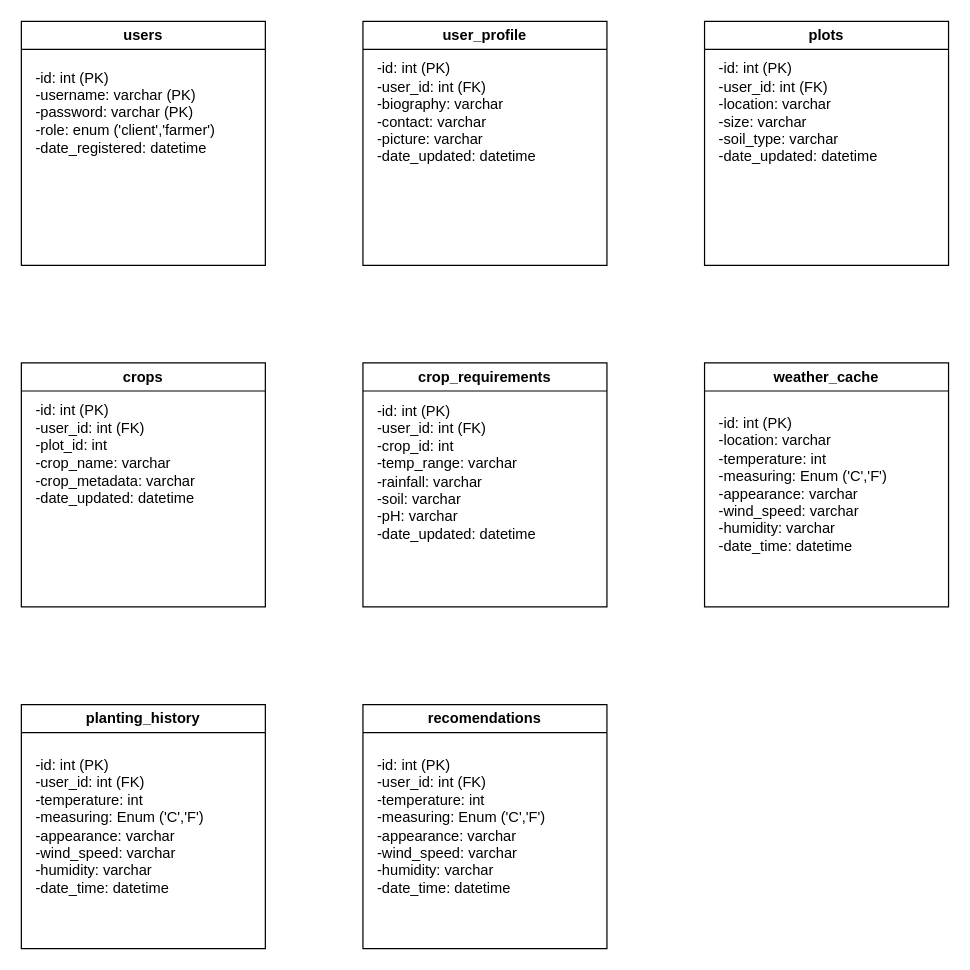
Earlier version of the draw.io diagram models/classdiagram.drawio (V014/farmtime). Source tidied: cells renumbered, new cells numbered last; positions are measured from the earlier drawing's top-left corner, leaving out a move shared by most shapes. Both pictures are drawn from the tidied source at 122%, with x=0, y=0 at pixel (21, 21).
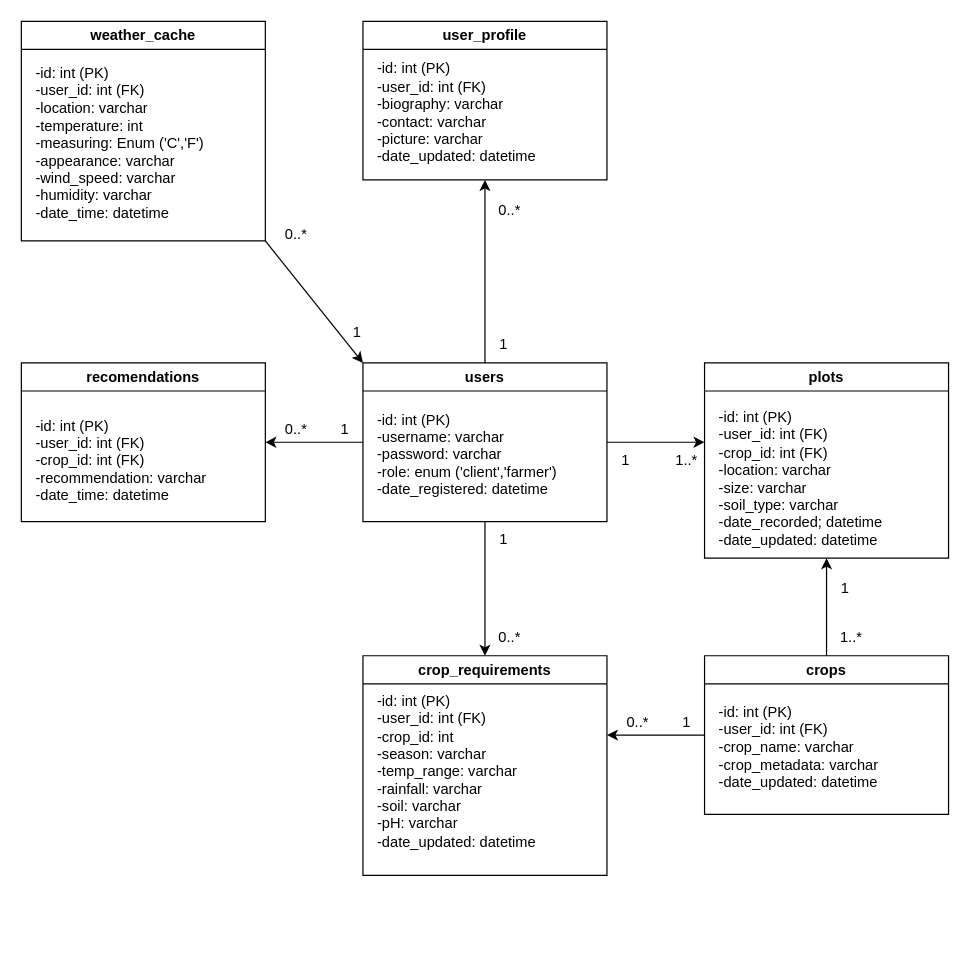
The same diagram, later.

Commit message:
updated model, added multiplicity

Change to the diagram source:
```diff
@@
+    <mxCell id="18" style="edgeStyle=none;html=1;exitX=0;exitY=0.5;exitDx=0;exitDy=0;entryX=1;entryY=0.5;entryDx=0;entryDy=0;" parent="1" edge="1" source="2" target="16">
+      <mxGeometry relative="1" as="geometry" />
+    </mxCell>
+    <mxCell id="19" style="edgeStyle=none;html=1;exitX=1;exitY=0.5;exitDx=0;exitDy=0;" parent="1" edge="1" source="2">
+      <mxGeometry relative="1" as="geometry">
+        <mxPoint x="560" y="345" as="targetPoint" />
+      </mxGeometry>
+    </mxCell>
+    <mxCell id="20" style="edgeStyle=none;html=1;exitX=0.5;exitY=0;exitDx=0;exitDy=0;entryX=0.5;entryY=1;entryDx=0;entryDy=0;" parent="1" edge="1" source="2" target="4">
+      <mxGeometry relative="1" as="geometry" />
+    </mxCell>
+    <mxCell id="21" style="edgeStyle=none;html=1;exitX=0.5;exitY=1;exitDx=0;exitDy=0;entryX=0.5;entryY=0;entryDx=0;entryDy=0;" parent="1" edge="1" source="2" target="10">
+      <mxGeometry relative="1" as="geometry" />
+    </mxCell>
     <mxCell id="2" value="users" style="swimlane;whiteSpace=wrap;html=1;" parent="1" vertex="1">
-      <mxGeometry width="200" height="200" as="geometry" />
+      <mxGeometry x="280" y="280" width="200" height="130" as="geometry" />
     </mxCell>
-    <mxCell id="3" value="-id: int (PK)&lt;div&gt;-username: varchar (PK)&lt;/div&gt;&lt;div&gt;-password: varchar (PK)&lt;/div&gt;&lt;div&gt;-role: enum ('client','farmer')&lt;/div&gt;&lt;div&gt;-date_registered: datetime&lt;/div&gt;" style="text;html=1;align=left;verticalAlign=middle;strokeColor=none;fillColor=none;" parent="2" vertex="1">
+    <mxCell id="3" value="-id: int (PK)&lt;div&gt;-username: varchar&lt;/div&gt;&lt;div&gt;-password: varchar&lt;/div&gt;&lt;div&gt;-role: enum ('client','farmer')&lt;/div&gt;&lt;div&gt;-date_registered: datetime&lt;/div&gt;" style="text;html=1;align=left;verticalAlign=middle;strokeColor=none;fillColor=none;" parent="2" vertex="1">
       <mxGeometry x="10" y="30" width="170" height="90" as="geometry" />
     </mxCell>
     <mxCell id="4" value="user_profile" style="swimlane;whiteSpace=wrap;html=1;" parent="1" vertex="1">
-      <mxGeometry x="280" width="200" height="200" as="geometry" />
+      <mxGeometry x="280" width="200" height="130" as="geometry" />
     </mxCell>
@@
     <mxCell id="6" value="plots" style="swimlane;whiteSpace=wrap;html=1;" parent="1" vertex="1">
-      <mxGeometry x="560" width="200" height="200" as="geometry" />
+      <mxGeometry x="560" y="280" width="200" height="160" as="geometry" />
     </mxCell>
-    <mxCell id="7" value="-id: int (PK)&lt;div&gt;&lt;font color=&quot;#000000&quot;&gt;-user_id: int (FK)&lt;br&gt;&lt;/font&gt;&lt;div&gt;-location: varchar&lt;/div&gt;&lt;div&gt;-size: varchar&lt;/div&gt;&lt;div&gt;-soil_type: varchar&lt;/div&gt;&lt;div&gt;-date_updated: datetime&lt;/div&gt;&lt;/div&gt;" style="text;html=1;align=left;verticalAlign=middle;strokeColor=none;fillColor=none;" parent="6" vertex="1">
-      <mxGeometry x="10" y="25" width="150" height="100" as="geometry" />
+    <mxCell id="7" value="-id: int (PK)&lt;div&gt;&lt;font color=&quot;#000000&quot;&gt;-user_id: int (FK)&lt;/font&gt;&lt;/div&gt;&lt;div&gt;&lt;font color=&quot;#000000&quot;&gt;-crop_id: int (FK)&lt;/font&gt;&lt;/div&gt;&lt;div&gt;&lt;div&gt;-location: varchar&lt;/div&gt;&lt;div&gt;-size: varchar&lt;/div&gt;&lt;div&gt;-soil_type: varchar&lt;/div&gt;&lt;div&gt;-date_recorded; datetime&lt;/div&gt;&lt;div&gt;-date_updated: datetime&lt;/div&gt;&lt;/div&gt;" style="text;html=1;align=left;verticalAlign=middle;strokeColor=none;fillColor=none;" parent="6" vertex="1">
+      <mxGeometry x="10" y="30" width="160" height="130" as="geometry" />
     </mxCell>
+    <mxCell id="22" style="edgeStyle=none;html=1;exitX=0.5;exitY=0;exitDx=0;exitDy=0;entryX=0.5;entryY=1;entryDx=0;entryDy=0;" parent="1" edge="1" source="8" target="6">
+      <mxGeometry relative="1" as="geometry" />
+    </mxCell>
+    <mxCell id="23" style="edgeStyle=none;html=1;exitX=0;exitY=0.5;exitDx=0;exitDy=0;" parent="1" edge="1" source="8">
+      <mxGeometry relative="1" as="geometry">
+        <mxPoint x="480" y="585" as="targetPoint" />
+      </mxGeometry>
+    </mxCell>
     <mxCell id="8" value="crops" style="swimlane;whiteSpace=wrap;html=1;" parent="1" vertex="1">
-      <mxGeometry y="280" width="200" height="200" as="geometry" />
+      <mxGeometry x="560" y="520" width="200" height="130" as="geometry" />
     </mxCell>
-    <mxCell id="9" value="-id: int (PK)&lt;div&gt;&lt;font color=&quot;#000000&quot;&gt;-user_id: int (FK)&lt;br&gt;&lt;/font&gt;&lt;div&gt;-plot_id: int&lt;/div&gt;&lt;div&gt;-crop_name: varchar&lt;/div&gt;&lt;div&gt;-crop_metadata: varchar&lt;/div&gt;&lt;div&gt;-date_updated: datetime&lt;/div&gt;&lt;/div&gt;" style="text;html=1;align=left;verticalAlign=middle;strokeColor=none;fillColor=none;" parent="8" vertex="1">
-      <mxGeometry x="10" y="25" width="150" height="100" as="geometry" />
+    <mxCell id="9" value="-id: int (PK)&lt;div&gt;&lt;font color=&quot;#000000&quot;&gt;-user_id: int (FK)&lt;/font&gt;&lt;/div&gt;&lt;div&gt;&lt;div&gt;-crop_name: varchar&lt;/div&gt;&lt;div&gt;-crop_metadata: varchar&lt;/div&gt;&lt;div&gt;-date_updated: datetime&lt;/div&gt;&lt;/div&gt;" style="text;html=1;align=left;verticalAlign=middle;strokeColor=none;fillColor=none;" parent="8" vertex="1">
+      <mxGeometry x="10" y="30" width="150" height="90" as="geometry" />
     </mxCell>
     <mxCell id="10" value="crop_requirements" style="swimlane;whiteSpace=wrap;html=1;" parent="1" vertex="1">
-      <mxGeometry x="280" y="280" width="200" height="200" as="geometry" />
+      <mxGeometry x="280" y="520" width="200" height="180" as="geometry" />
     </mxCell>
-    <mxCell id="11" value="-id: int (PK)&lt;div&gt;&lt;font color=&quot;#000000&quot;&gt;-user_id: int (FK)&lt;/font&gt;&lt;div&gt;-crop_id: int&lt;/div&gt;&lt;div&gt;-temp_range: varchar&lt;/div&gt;&lt;div&gt;-rainfall: varchar&lt;/div&gt;&lt;div&gt;-soil: varchar&lt;/div&gt;&lt;div&gt;-pH: varchar&lt;/div&gt;&lt;div&gt;-date_updated: datetime&lt;/div&gt;&lt;/div&gt;" style="text;html=1;align=left;verticalAlign=middle;strokeColor=none;fillColor=none;" parent="10" vertex="1">
-      <mxGeometry x="10" y="25" width="150" height="130" as="geometry" />
+    <mxCell id="11" value="-id: int (PK)&lt;div&gt;&lt;font color=&quot;#000000&quot;&gt;-user_id: int (FK)&lt;/font&gt;&lt;div&gt;-crop_id: int&lt;/div&gt;&lt;div&gt;-season: varchar&lt;/div&gt;&lt;div&gt;-temp_range: varchar&lt;/div&gt;&lt;div&gt;-rainfall: varchar&lt;/div&gt;&lt;div&gt;-soil: varchar&lt;/div&gt;&lt;div&gt;-pH: varchar&lt;/div&gt;&lt;div&gt;-date_updated: datetime&lt;/div&gt;&lt;/div&gt;" style="text;html=1;align=left;verticalAlign=middle;strokeColor=none;fillColor=none;" parent="10" vertex="1">
+      <mxGeometry x="10" y="25" width="150" height="140" as="geometry" />
     </mxCell>
+    <mxCell id="24" style="edgeStyle=none;html=1;exitX=1;exitY=1;exitDx=0;exitDy=0;entryX=0;entryY=0;entryDx=0;entryDy=0;" parent="1" edge="1" source="12" target="2">
+      <mxGeometry relative="1" as="geometry" />
+    </mxCell>
     <mxCell id="12" value="weather_cache" style="swimlane;whiteSpace=wrap;html=1;" parent="1" vertex="1">
-      <mxGeometry x="560" y="280" width="200" height="200" as="geometry" />
+      <mxGeometry width="200" height="180" as="geometry" />
     </mxCell>
-    <mxCell id="13" value="-id: int (PK)&lt;div&gt;&lt;font color=&quot;#000000&quot;&gt;-location: varchar&lt;/font&gt;&lt;div&gt;-temperature: int&lt;/div&gt;&lt;div&gt;-measuring: Enum ('C','F')&lt;/div&gt;&lt;div&gt;-appearance: varchar&lt;/div&gt;&lt;div&gt;-wind_speed: varchar&lt;/div&gt;&lt;div&gt;-humidity: varchar&lt;/div&gt;&lt;div&gt;-date_time: datetime&lt;/div&gt;&lt;/div&gt;" style="text;html=1;align=left;verticalAlign=middle;strokeColor=none;fillColor=none;" parent="12" vertex="1">
-      <mxGeometry x="10" y="35" width="160" height="130" as="geometry" />
+    <mxCell id="13" value="-id: int (PK)&lt;div&gt;&lt;font color=&quot;#000000&quot;&gt;-user_id: int (FK)&lt;br&gt;&lt;/font&gt;&lt;div&gt;&lt;font color=&quot;#000000&quot;&gt;-location: varchar&lt;/font&gt;&lt;div&gt;-temperature: int&lt;/div&gt;&lt;div&gt;-measuring: Enum ('C','F')&lt;/div&gt;&lt;div&gt;-appearance: varchar&lt;/div&gt;&lt;div&gt;-wind_speed: varchar&lt;/div&gt;&lt;div&gt;-humidity: varchar&lt;/div&gt;&lt;div&gt;-date_time: datetime&lt;/div&gt;&lt;/div&gt;&lt;/div&gt;" style="text;html=1;align=left;verticalAlign=middle;strokeColor=none;fillColor=none;" parent="12" vertex="1">
+      <mxGeometry x="10" y="30" width="160" height="140" as="geometry" />
     </mxCell>
-    <mxCell id="14" value="planting_history" style="swimlane;whiteSpace=wrap;html=1;" parent="1" vertex="1">
-      <mxGeometry y="560" width="200" height="200" as="geometry" />
-    </mxCell>
-    <mxCell id="15" value="-id: int (PK)&lt;div&gt;&lt;font color=&quot;#000000&quot;&gt;-user_id: int (FK)&lt;/font&gt;&lt;div&gt;-temperature: int&lt;/div&gt;&lt;div&gt;-measuring: Enum ('C','F')&lt;/div&gt;&lt;div&gt;-appearance: varchar&lt;/div&gt;&lt;div&gt;-wind_speed: varchar&lt;/div&gt;&lt;div&gt;-humidity: varchar&lt;/div&gt;&lt;div&gt;-date_time: datetime&lt;/div&gt;&lt;/div&gt;" style="text;html=1;align=left;verticalAlign=middle;strokeColor=none;fillColor=none;" parent="14" vertex="1">
-      <mxGeometry x="10" y="35" width="160" height="130" as="geometry" />
-    </mxCell>
     <mxCell id="16" value="recomendations" style="swimlane;whiteSpace=wrap;html=1;startSize=23;" parent="1" vertex="1">
-      <mxGeometry x="280" y="560" width="200" height="200" as="geometry" />
+      <mxGeometry y="280" width="200" height="130" as="geometry" />
     </mxCell>
-    <mxCell id="17" value="-id: int (PK)&lt;div&gt;&lt;font color=&quot;#000000&quot;&gt;-user_id: int (FK)&lt;/font&gt;&lt;div&gt;-temperature: int&lt;/div&gt;&lt;div&gt;-measuring: Enum ('C','F')&lt;/div&gt;&lt;div&gt;-appearance: varchar&lt;/div&gt;&lt;div&gt;-wind_speed: varchar&lt;/div&gt;&lt;div&gt;-humidity: varchar&lt;/div&gt;&lt;div&gt;-date_time: datetime&lt;/div&gt;&lt;/div&gt;" style="text;html=1;align=left;verticalAlign=middle;strokeColor=none;fillColor=none;" parent="16" vertex="1">
-      <mxGeometry x="10" y="35" width="160" height="130" as="geometry" />
+    <mxCell id="17" value="-id: int (PK)&lt;div&gt;&lt;font color=&quot;#000000&quot;&gt;-user_id: int (FK)&lt;/font&gt;&lt;div&gt;-crop_id: int (FK)&lt;/div&gt;&lt;div&gt;-recommendation: varchar&lt;/div&gt;&lt;div&gt;-date_time: datetime&lt;/div&gt;&lt;/div&gt;" style="text;html=1;align=left;verticalAlign=middle;strokeColor=none;fillColor=none;" parent="16" vertex="1">
+      <mxGeometry x="10" y="35" width="160" height="90" as="geometry" />
     </mxCell>
+    <mxCell id="25" value="1" style="text;html=1;align=center;verticalAlign=middle;strokeColor=none;fillColor=none;" parent="1" vertex="1">
+      <mxGeometry x="250" y="320" width="30" height="30" as="geometry" />
+    </mxCell>
+    <mxCell id="26" value="0..*" style="text;html=1;align=center;verticalAlign=middle;strokeColor=none;fillColor=none;" parent="1" vertex="1">
+      <mxGeometry x="205" y="320" width="40" height="30" as="geometry" />
+    </mxCell>
+    <mxCell id="27" value="1" style="text;html=1;align=center;verticalAlign=middle;strokeColor=none;fillColor=none;" parent="1" vertex="1">
+      <mxGeometry x="260" y="240" width="30" height="30" as="geometry" />
+    </mxCell>
+    <mxCell id="28" value="0..*" style="text;html=1;align=center;verticalAlign=middle;strokeColor=none;fillColor=none;" parent="1" vertex="1">
+      <mxGeometry x="205" y="160" width="40" height="30" as="geometry" />
+    </mxCell>
+    <mxCell id="29" value="1" style="text;html=1;align=center;verticalAlign=middle;strokeColor=none;fillColor=none;" parent="1" vertex="1">
+      <mxGeometry x="380" y="250" width="30" height="30" as="geometry" />
+    </mxCell>
+    <mxCell id="30" value="0..*" style="text;html=1;align=center;verticalAlign=middle;strokeColor=none;fillColor=none;" parent="1" vertex="1">
+      <mxGeometry x="380" y="140" width="40" height="30" as="geometry" />
+    </mxCell>
+    <mxCell id="31" value="1" style="text;html=1;align=center;verticalAlign=middle;strokeColor=none;fillColor=none;" parent="1" vertex="1">
+      <mxGeometry x="660" y="450" width="30" height="30" as="geometry" />
+    </mxCell>
+    <mxCell id="32" value="1..*" style="text;html=1;align=center;verticalAlign=middle;strokeColor=none;fillColor=none;" parent="1" vertex="1">
+      <mxGeometry x="660" y="490" width="40" height="30" as="geometry" />
+    </mxCell>
+    <mxCell id="33" value="1" style="text;html=1;align=center;verticalAlign=middle;strokeColor=none;fillColor=none;" parent="1" vertex="1">
+      <mxGeometry x="530" y="560" width="30" height="30" as="geometry" />
+    </mxCell>
+    <mxCell id="34" value="0..*" style="text;html=1;align=center;verticalAlign=middle;strokeColor=none;fillColor=none;" parent="1" vertex="1">
+      <mxGeometry x="485" y="560" width="40" height="30" as="geometry" />
+    </mxCell>
+    <mxCell id="35" value="1" style="text;html=1;align=center;verticalAlign=middle;strokeColor=none;fillColor=none;" parent="1" vertex="1">
+      <mxGeometry x="380" y="410" width="30" height="30" as="geometry" />
+    </mxCell>
+    <mxCell id="36" value="0..*" style="text;html=1;align=center;verticalAlign=middle;strokeColor=none;fillColor=none;" parent="1" vertex="1">
+      <mxGeometry x="380" y="490" width="40" height="30" as="geometry" />
+    </mxCell>
+    <mxCell id="37" value="1" style="text;html=1;align=center;verticalAlign=middle;strokeColor=none;fillColor=none;" parent="1" vertex="1">
+      <mxGeometry x="480" y="345" width="30" height="30" as="geometry" />
+    </mxCell>
+    <mxCell id="38" value="1..*" style="text;html=1;align=center;verticalAlign=middle;strokeColor=none;fillColor=none;" parent="1" vertex="1">
+      <mxGeometry x="525" y="345" width="40" height="30" as="geometry" />
+    </mxCell>
```
